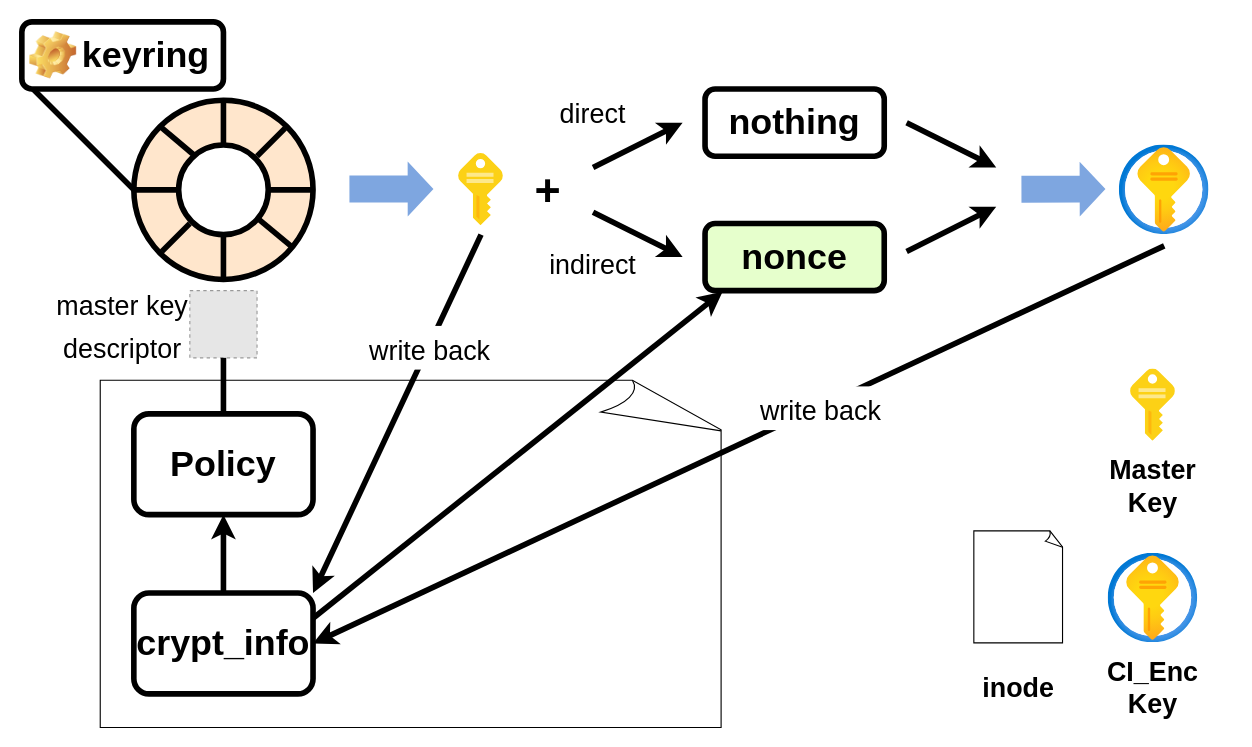
This is os-2022-spring/keyflow.drawio from xuyizhe1999/drawio, a draw.io file, before an edit. Source tidied: cells renumbered, new cells numbered last; positions are measured from the earlier drawing's top-left corner, leaving out a move shared by most shapes. Both pictures are drawn from the tidied source at 112%, with x=0, y=0 at pixel (21, 21). Pictures stored in the file or linked from it are replaced by grey dashed boxes.
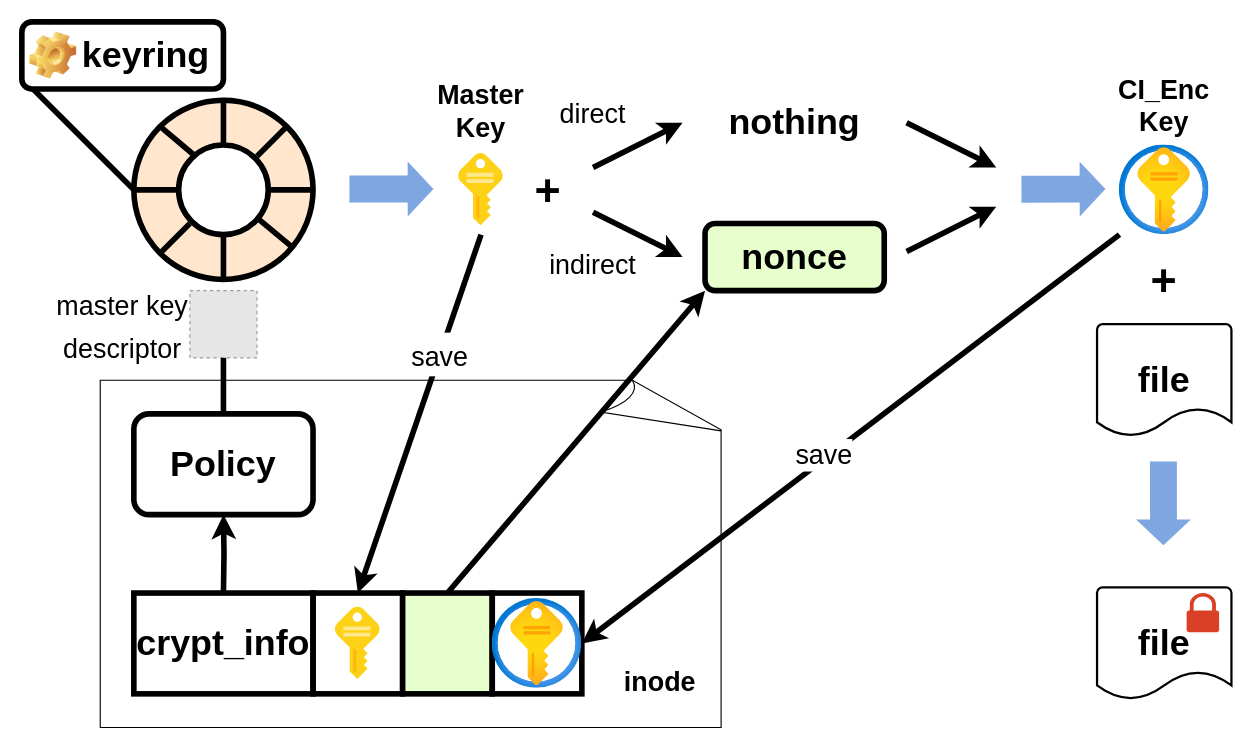
The same diagram, later.

The change refers to these unchanged cells:
```xml
<mxCell id="11" value="&lt;b&gt;Policy&lt;/b&gt;" style="rounded=1;whiteSpace=wrap;html=1;fontSize=32;fillColor=none;strokeWidth=5;" parent="1" vertex="1">
  <mxGeometry x="100" y="350" width="160" height="90" as="geometry" />
</mxCell>
<mxCell id="33" value="&lt;b&gt;nonce&lt;/b&gt;" style="rounded=1;whiteSpace=wrap;html=1;fontSize=32;strokeColor=#000000;strokeWidth=5;fillColor=#E6FFCC;" parent="1" vertex="1">
  <mxGeometry x="610" y="180" width="160" height="60" as="geometry" />
</mxCell>
```

Diff of the diagram source:
```diff
@@
-    <mxCell id="3" style="sketch=0;html=1;align=center;image;fontSize=12;image=img/lib/mscae/Key.svg;fillColor=none;" parent="1" vertex="1">
-      <mxGeometry x="990" y="310" width="40" height="64.5" as="geometry" />
-    </mxCell>
-    <mxCell id="4" style="whiteSpace=wrap;html=1;shape=mxgraph.basic.document;fillColor=none;" parent="1" vertex="1">
-      <mxGeometry x="850" y="454.5" width="80" height="100" as="geometry" />
-    </mxCell>
-    <mxCell id="5" style="html=1;align=center;image;fontSize=12;image=img/lib/azure2/security/Key_Vaults.svg;fillColor=none;" parent="1" vertex="1">
-      <mxGeometry x="970" y="474.5" width="80" height="80" as="geometry" />
-    </mxCell>
     <mxCell id="6" value="&lt;b&gt;&lt;font style=&quot;font-size: 24px&quot;&gt;Master Key&lt;/font&gt;&lt;/b&gt;" style="text;html=1;strokeColor=none;fillColor=none;align=center;verticalAlign=middle;whiteSpace=wrap;rounded=0;" parent="1" vertex="1">
-      <mxGeometry x="970" y="394.5" width="80" height="40" as="geometry" />
+      <mxGeometry x="370" y="60" width="80" height="40" as="geometry" />
     </mxCell>
     <mxCell id="7" value="&lt;b&gt;&lt;font style=&quot;font-size: 24px&quot;&gt;inode&lt;/font&gt;&lt;/b&gt;" style="text;html=1;strokeColor=none;fillColor=none;align=center;verticalAlign=middle;whiteSpace=wrap;rounded=0;" parent="1" vertex="1">
-      <mxGeometry x="850" y="574.5" width="80" height="40" as="geometry" />
+      <mxGeometry x="530" y="570" width="80" height="40" as="geometry" />
     </mxCell>
     <mxCell id="8" value="&lt;b&gt;&lt;font style=&quot;font-size: 24px&quot;&gt;CI_Enc Key&lt;/font&gt;&lt;/b&gt;" style="text;html=1;strokeColor=none;fillColor=none;align=center;verticalAlign=middle;whiteSpace=wrap;rounded=0;" parent="1" vertex="1">
-      <mxGeometry x="970" y="574.5" width="80" height="40" as="geometry" />
+      <mxGeometry x="980" y="55" width="80" height="40" as="geometry" />
     </mxCell>
@@
-    <mxCell id="24" style="edgeStyle=orthogonalEdgeStyle;rounded=0;jettySize=auto;html=1;exitX=0.5;exitY=0;exitDx=0;exitDy=0;entryX=0.5;entryY=1;entryDx=0;entryDy=0;fontSize=32;endArrow=classic;endFill=1;strokeWidth=5;fillColor=#7EA6E0;" parent="1" edge="1" source="25" target="11">
-      <mxGeometry relative="1" as="geometry" />
+    <mxCell id="24" style="edgeStyle=orthogonalEdgeStyle;rounded=0;jettySize=auto;html=1;exitX=0.5;exitY=0;exitDx=0;exitDy=0;entryX=0.5;entryY=1;entryDx=0;entryDy=0;fontSize=32;endArrow=classic;endFill=1;strokeWidth=5;fillColor=#7EA6E0;" parent="1" edge="1" target="11">
+      <mxGeometry relative="1" as="geometry">
+        <mxPoint x="180" y="510" as="sourcePoint" />
+      </mxGeometry>
     </mxCell>
-    <mxCell id="25" value="&lt;b&gt;crypt_info&lt;/b&gt;" style="rounded=1;whiteSpace=wrap;html=1;fontSize=32;fillColor=none;strokeWidth=5;" parent="1" vertex="1">
-      <mxGeometry x="100" y="510" width="160" height="90" as="geometry" />
-    </mxCell>
@@
-    <mxCell id="28" style="endArrow=classic;html=1;rounded=0;fontSize=32;strokeWidth=5;fillColor=#7EA6E0;entryX=1;entryY=0;entryDx=0;entryDy=0;" parent="1" edge="1" target="25">
-      <mxGeometry relative="1" as="geometry">
-        <mxPoint x="410" y="190" as="sourcePoint" />
-      </mxGeometry>
-    </mxCell>
-    <mxCell id="29" value="&lt;font style=&quot;font-size: 24px&quot;&gt;write back&lt;/font&gt;" style="edgeLabel;html=1;align=center;verticalAlign=middle;fontSize=32;" parent="28" vertex="1">
-      <mxGeometry x="-0.37" y="1" relative="1" as="geometry" />
-    </mxCell>
@@
-    <mxCell id="36" value="&lt;b&gt;nothing&lt;/b&gt;" style="rounded=1;whiteSpace=wrap;html=1;fontSize=32;strokeColor=#000000;strokeWidth=5;fillColor=none;" parent="1" vertex="1">
+    <mxCell id="36" value="&lt;b&gt;nothing&lt;/b&gt;" style="rounded=1;whiteSpace=wrap;html=1;fontSize=32;strokeColor=none;strokeWidth=5;fillColor=none;" parent="1" vertex="1">
       <mxGeometry x="610" y="60" width="160" height="60" as="geometry" />
     </mxCell>
@@
-    <mxCell id="40" style="endArrow=classic;html=1;rounded=0;fontSize=32;strokeWidth=5;fillColor=#7EA6E0;entryX=1;entryY=0.5;entryDx=0;entryDy=0;" parent="1" edge="1" target="25">
-      <mxGeometry relative="1" as="geometry">
-        <mxPoint x="1020" y="200" as="sourcePoint" />
-      </mxGeometry>
-    </mxCell>
-    <mxCell id="41" value="&lt;font style=&quot;font-size: 24px&quot;&gt;write back&lt;/font&gt;" style="edgeLabel;html=1;align=center;verticalAlign=middle;fontSize=32;" parent="40" vertex="1">
-      <mxGeometry x="-0.19" y="1" relative="1" as="geometry" />
-    </mxCell>
@@
-    <mxCell id="45" style="endArrow=classic;html=1;rounded=0;fontSize=24;strokeWidth=5;fillColor=#7EA6E0;exitX=1;exitY=0.25;exitDx=0;exitDy=0;entryX=0.098;entryY=1.016;entryDx=0;entryDy=0;entryPerimeter=0;" parent="1" edge="1" source="25" target="33">
-      <mxGeometry relative="1" as="geometry" />
-    </mxCell>
+    <mxCell id="46" style="shape=flexArrow;endArrow=classic;html=1;rounded=0;fontSize=32;strokeWidth=5;width=20;fillColor=#7EA6E0;strokeColor=none;" parent="1" edge="1">
+      <mxGeometry relative="1" as="geometry">
+        <mxPoint x="1019.3" y="390" as="sourcePoint" />
+        <mxPoint x="1019.3" y="469.8" as="targetPoint" />
+      </mxGeometry>
+    </mxCell>
+    <mxCell id="47" value="&lt;font style=&quot;font-size: 32px&quot;&gt;&lt;b&gt;file&lt;/b&gt;&lt;/font&gt;" style="strokeWidth=2;html=1;shape=mxgraph.flowchart.document2;whiteSpace=wrap;size=0.25;fontSize=24;fillColor=none;" parent="1" vertex="1">
+      <mxGeometry x="960" y="270" width="120" height="100" as="geometry" />
+    </mxCell>
+    <mxCell id="48" value="&lt;b&gt;&lt;font style=&quot;font-size: 40px&quot;&gt;+&lt;/font&gt;&lt;/b&gt;" style="text;html=1;strokeColor=none;fillColor=none;align=center;verticalAlign=middle;whiteSpace=wrap;rounded=0;fontSize=32;" parent="1" vertex="1">
+      <mxGeometry x="1000" y="214.5" width="40" height="30" as="geometry" />
+    </mxCell>
+    <mxCell id="49" value="&lt;font style=&quot;font-size: 32px&quot;&gt;&lt;b&gt;file&lt;/b&gt;&lt;/font&gt;" style="strokeWidth=2;html=1;shape=mxgraph.flowchart.document2;whiteSpace=wrap;size=0.25;fontSize=24;fillColor=none;" parent="1" vertex="1">
+      <mxGeometry x="960" y="505" width="120" height="100" as="geometry" />
+    </mxCell>
+    <mxCell id="50" style="sketch=0;shadow=0;dashed=0;html=1;strokeColor=none;labelPosition=center;verticalLabelPosition=bottom;verticalAlign=top;align=center;shape=mxgraph.office.security.lock_protected;fillColor=#DA4026;fontSize=32;" parent="1" vertex="1">
+      <mxGeometry x="1040" y="510" width="29" height="35" as="geometry" />
+    </mxCell>
+    <mxCell id="25" value="&lt;font style=&quot;font-size: 32px&quot;&gt;&lt;b&gt;crypt_info&lt;/b&gt;&lt;/font&gt;" style="rounded=0;whiteSpace=wrap;html=1;fontSize=24;strokeColor=#000000;strokeWidth=5;fillColor=none;rotation=0;" parent="1" vertex="1">
+      <mxGeometry x="100" y="510" width="160" height="90" as="geometry" />
+    </mxCell>
+    <mxCell id="51" style="rounded=0;whiteSpace=wrap;html=1;fontSize=32;strokeColor=#000000;strokeWidth=5;fillColor=none;" parent="1" vertex="1">
+      <mxGeometry x="260" y="510" width="80" height="90" as="geometry" />
+    </mxCell>
+    <mxCell id="52" style="rounded=0;whiteSpace=wrap;html=1;fontSize=32;strokeColor=#000000;strokeWidth=5;fillColor=#E6FFCC;" parent="1" vertex="1">
+      <mxGeometry x="340" y="510" width="80" height="90" as="geometry" />
+    </mxCell>
+    <mxCell id="53" style="rounded=0;whiteSpace=wrap;html=1;fontSize=32;strokeColor=#000000;strokeWidth=5;fillColor=none;" parent="1" vertex="1">
+      <mxGeometry x="420" y="510" width="80" height="90" as="geometry" />
+    </mxCell>
+    <mxCell id="54" style="endArrow=classic;html=1;rounded=0;fontSize=32;strokeWidth=5;fillColor=#7EA6E0;entryX=0.5;entryY=0;entryDx=0;entryDy=0;" parent="1" edge="1" target="51">
+      <mxGeometry relative="1" as="geometry">
+        <mxPoint x="410" y="190" as="sourcePoint" />
+      </mxGeometry>
+    </mxCell>
+    <mxCell id="55" value="&lt;font style=&quot;font-size: 24px&quot;&gt;save&lt;/font&gt;" style="edgeLabel;html=1;align=center;verticalAlign=middle;fontSize=32;" parent="54" vertex="1">
+      <mxGeometry x="-0.34" y="-1" relative="1" as="geometry">
+        <mxPoint y="1" as="offset" />
+      </mxGeometry>
+    </mxCell>
+    <mxCell id="56" style="sketch=0;html=1;align=center;image;fontSize=12;image=img/lib/mscae/Key.svg;fillColor=none;" parent="1" vertex="1">
+      <mxGeometry x="280" y="522.7" width="40" height="64.5" as="geometry" />
+    </mxCell>
+    <mxCell id="57" style="endArrow=classic;html=1;rounded=0;fontSize=32;strokeWidth=5;fillColor=#7EA6E0;entryX=0;entryY=1;entryDx=0;entryDy=0;" parent="1" edge="1" target="33">
+      <mxGeometry relative="1" as="geometry">
+        <mxPoint x="380" y="510" as="sourcePoint" />
+      </mxGeometry>
+    </mxCell>
+    <mxCell id="58" style="html=1;align=center;image;fontSize=12;image=img/lib/azure2/security/Key_Vaults.svg;fillColor=none;" parent="1" vertex="1">
+      <mxGeometry x="420" y="515" width="80" height="80" as="geometry" />
+    </mxCell>
+    <mxCell id="59" style="endArrow=classic;html=1;rounded=0;fontSize=32;strokeWidth=5;fillColor=#7EA6E0;entryX=1;entryY=0.5;entryDx=0;entryDy=0;" parent="1" edge="1" target="53">
+      <mxGeometry relative="1" as="geometry">
+        <mxPoint x="980" y="190" as="sourcePoint" />
+      </mxGeometry>
+    </mxCell>
+    <mxCell id="60" value="save" style="edgeLabel;html=1;align=center;verticalAlign=middle;fontSize=24;" parent="59" vertex="1">
+      <mxGeometry x="0.09" y="-4" relative="1" as="geometry">
+        <mxPoint y="1" as="offset" />
+      </mxGeometry>
+    </mxCell>
```
